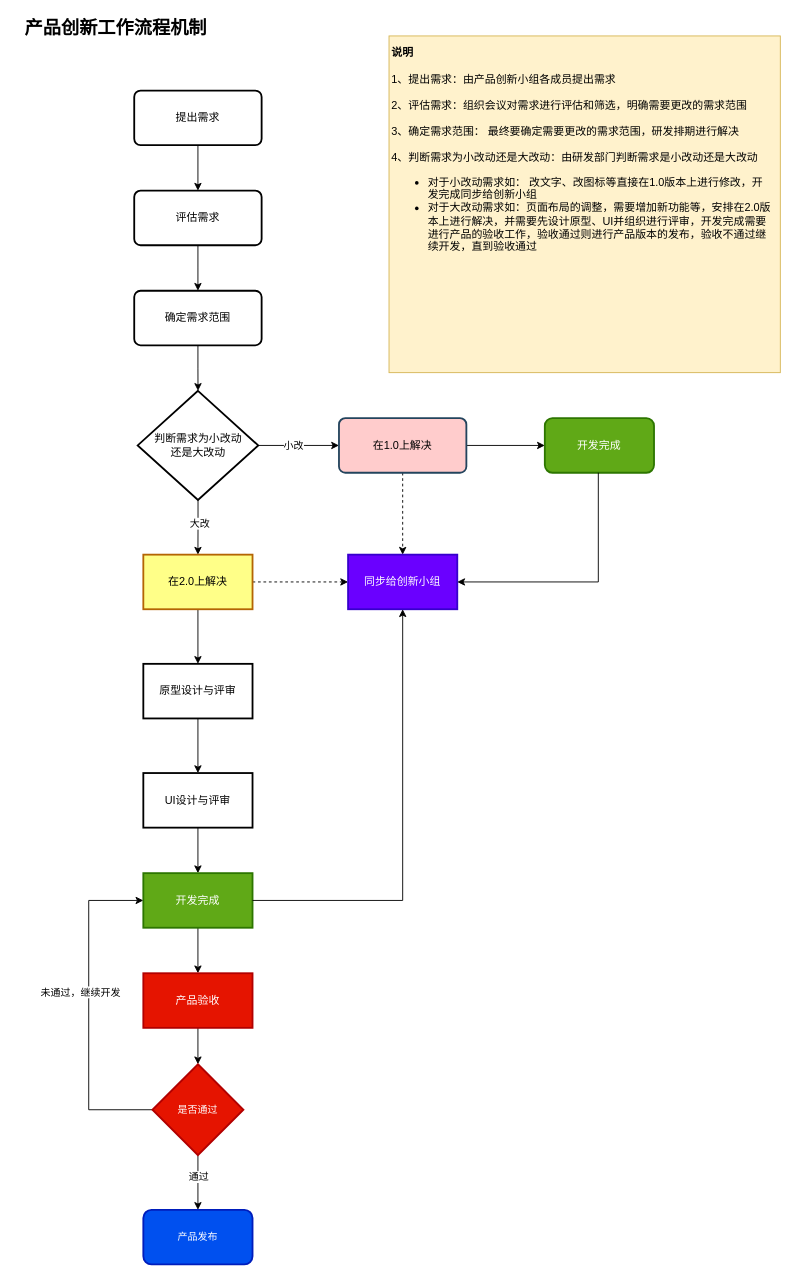
Above: page "产品创新流程" (4 of 4) of diagrams/里程.drawio in dengyulong/PublicStore (draw.io), before the change. Source tidied: cells renumbered, new cells numbered last; positions are measured from the earlier drawing's top-left corner, leaving out a move shared by most shapes. Both pictures are drawn from the tidied source at 91%, with x=0, y=0 at pixel (15, 17).
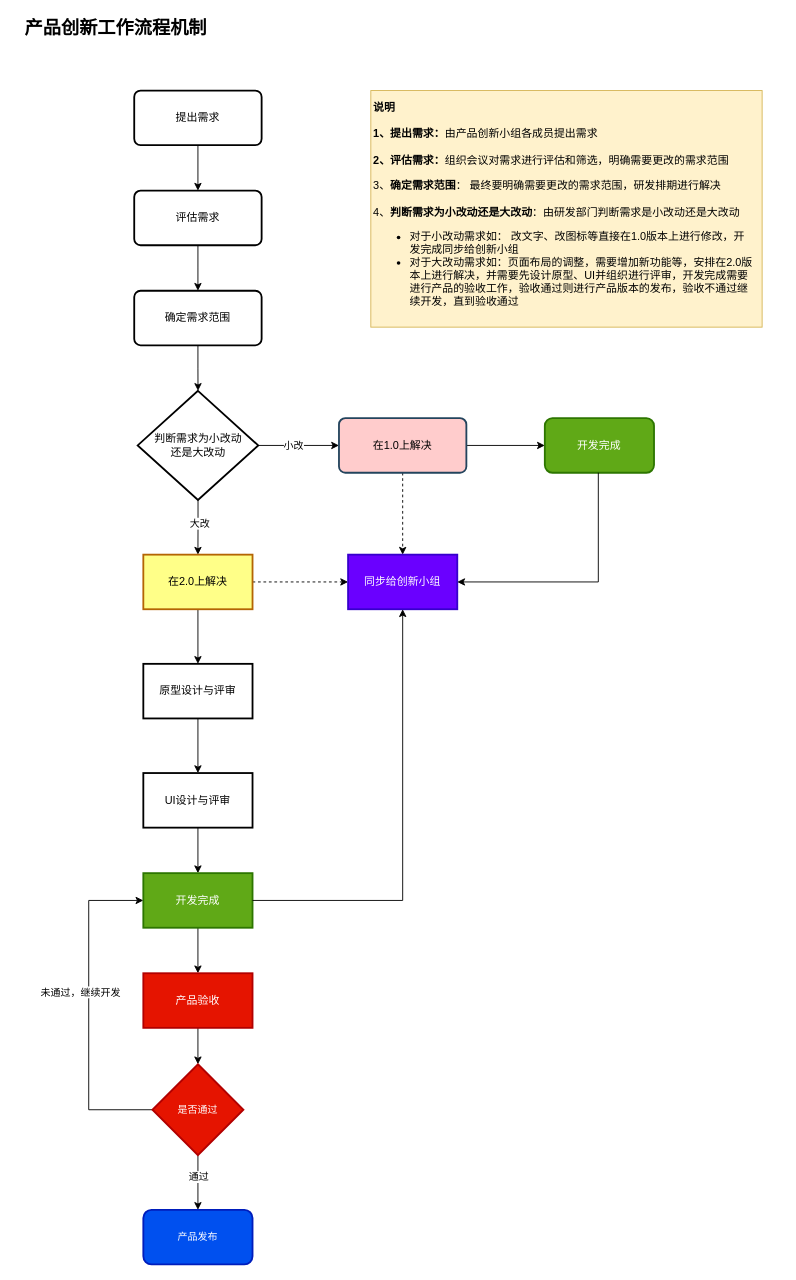
The same diagram, later.

The edit, as a diff of the source:
```diff
@@
     <mxCell id="38" style="rounded=0;whiteSpace=wrap;html=1;fillColor=#fff2cc;strokeColor=#d6b656;" parent="1" vertex="1">
-      <mxGeometry x="410" y="20" width="430" height="370" as="geometry" />
+      <mxGeometry x="390" y="80" width="430" height="260" as="geometry" />
     </mxCell>
-    <mxCell id="39" value="说明&lt;br&gt;&lt;br&gt;&lt;span style=&quot;font-weight: normal;&quot;&gt;1、提出需求：由产品创新小组各成员提出需求&lt;br&gt;&lt;br&gt;2、评估需求：组织会议对需求进行评估和筛选，明确需要更改的需求范围&lt;br&gt;&lt;br&gt;3、确定需求范围： 最终要确定需要更改的需求范围，研发排期进行解决&lt;br&gt;&lt;br&gt;4、判断需求为小改动还是大改动：由研发部门判断需求是小改动还是大改动&lt;br&gt;&lt;ul&gt;&lt;li&gt;&lt;span style=&quot;font-weight: normal;&quot;&gt;对于小改动需求如： 改文字、改图标等直接在1.0版本上进行修改，开发完成同步给创新小组&lt;/span&gt;&lt;/li&gt;&lt;li&gt;&lt;span style=&quot;font-weight: normal;&quot;&gt;对于大改动需求如：页面布局的调整，需要增加新功能等，安排在2.0版本上进行解决，并需要先设计原型、UI并组织进行评审，开发完成需要进行产品的验收工作，验收通过则进行产品版本的发布，验收不通过继续开发，直到验收通过&lt;br&gt;&lt;/span&gt;&lt;/li&gt;&lt;/ul&gt;&lt;/span&gt;" style="text;html=1;strokeColor=none;fillColor=none;align=left;verticalAlign=top;whiteSpace=wrap;rounded=0;fontStyle=1;" parent="1" vertex="1">
-      <mxGeometry x="411.2" y="25" width="418.8" height="245" as="geometry" />
+    <mxCell id="39" value="说明&lt;br&gt;&lt;br&gt;1、提出需求：&lt;span style=&quot;font-weight: normal;&quot;&gt;由产品创新小组各成员提出需求&lt;/span&gt;&lt;br&gt;&lt;br&gt;2、评估需求：&lt;span style=&quot;font-weight: normal;&quot;&gt;组织会议对需求进行评估和筛选，明确需要更改的需求范围&lt;br&gt;&lt;br&gt;3、&lt;/span&gt;确定需求范围&lt;span style=&quot;font-weight: normal;&quot;&gt;： 最终要明确需要更改的需求范围，研发排期进行解决&lt;br&gt;&lt;br&gt;4、&lt;/span&gt;判断需求为小改动还是大改动&lt;span style=&quot;font-weight: normal;&quot;&gt;：由研发部门判断需求是小改动还是大改动&lt;br&gt;&lt;ul&gt;&lt;li&gt;&lt;span style=&quot;font-weight: normal;&quot;&gt;对于小改动需求如： 改文字、改图标等直接在1.0版本上进行修改，开发完成同步给创新小组&lt;/span&gt;&lt;/li&gt;&lt;li&gt;&lt;span style=&quot;font-weight: normal;&quot;&gt;对于大改动需求如：页面布局的调整，需要增加新功能等，安排在2.0版本上进行解决，并需要先设计原型、UI并组织进行评审，开发完成需要进行产品的验收工作，验收通过则进行产品版本的发布，验收不通过继续开发，直到验收通过&lt;br&gt;&lt;/span&gt;&lt;/li&gt;&lt;/ul&gt;&lt;/span&gt;" style="text;html=1;strokeColor=none;fillColor=none;align=left;verticalAlign=top;whiteSpace=wrap;rounded=0;fontStyle=1;" parent="1" vertex="1">
+      <mxGeometry x="391.2" y="85" width="418.8" height="245" as="geometry" />
     </mxCell>
```
